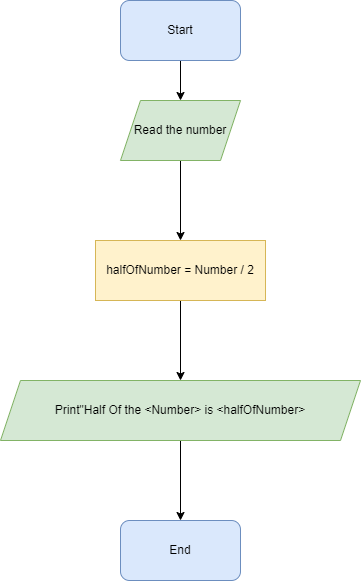
The draw.io diagram HalfOfNumber.drawio.png in Mouhamed941/Algorithms-and-problem-solving-Level1, before a commit. Source tidied: cells renumbered, new cells last; positions are measured from the earlier drawing's top-left corner, leaving out a move shared by most shapes.
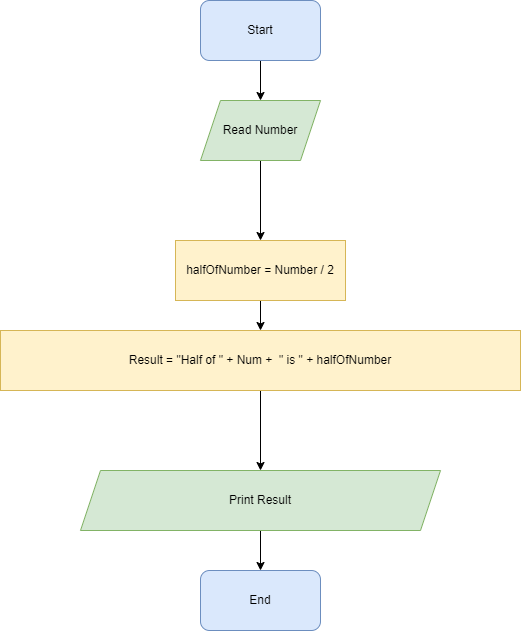
Later version of the same file.

Diff of the diagram source:
```diff
@@ -11,23 +11,29 @@
     <mxCell id="4" style="edgeStyle=orthogonalEdgeStyle;rounded=0;jettySize=auto;html=1;" parent="1" edge="1" source="5" target="7">
       <mxGeometry relative="1" as="geometry" />
     </mxCell>
-    <mxCell id="5" value="Read the number" style="shape=parallelogram;perimeter=parallelogramPerimeter;whiteSpace=wrap;html=1;fixedSize=1;fillColor=#d5e8d4;strokeColor=#82b366;" parent="1" vertex="1">
+    <mxCell id="5" value="Read Number" style="shape=parallelogram;perimeter=parallelogramPerimeter;whiteSpace=wrap;html=1;fixedSize=1;fillColor=#d5e8d4;strokeColor=#82b366;" parent="1" vertex="1">
       <mxGeometry x="120" y="100" width="120" height="60" as="geometry" />
     </mxCell>
-    <mxCell id="6" style="edgeStyle=orthogonalEdgeStyle;rounded=0;jettySize=auto;html=1;" parent="1" edge="1" source="7" target="9">
-      <mxGeometry relative="1" as="geometry" />
-    </mxCell>
+    <mxCell id="11" style="edgeStyle=orthogonalEdgeStyle;rounded=0;jettySize=auto;html=1;" parent="1" edge="1" source="7" target="13">
+      <mxGeometry relative="1" as="geometry" />
+    </mxCell>
     <mxCell id="7" value="halfOfNumber = Number / 2" style="whiteSpace=wrap;html=1;fillColor=#fff2cc;strokeColor=#d6b656;" parent="1" vertex="1">
       <mxGeometry x="95" y="240" width="170" height="60" as="geometry" />
     </mxCell>
     <mxCell id="8" style="edgeStyle=orthogonalEdgeStyle;rounded=0;jettySize=auto;html=1;" parent="1" edge="1" source="9" target="10">
       <mxGeometry relative="1" as="geometry" />
     </mxCell>
-    <mxCell id="9" value="Print&quot;Half Of the &amp;lt;Number&amp;gt; is &amp;lt;halfOfNumber&amp;gt;" style="shape=parallelogram;perimeter=parallelogramPerimeter;whiteSpace=wrap;html=1;fixedSize=1;fillColor=#d5e8d4;strokeColor=#82b366;" parent="1" vertex="1">
-      <mxGeometry y="380" width="360" height="60" as="geometry" />
+    <mxCell id="9" value="Print Result" style="shape=parallelogram;perimeter=parallelogramPerimeter;whiteSpace=wrap;html=1;fixedSize=1;fillColor=#d5e8d4;strokeColor=#82b366;" parent="1" vertex="1">
+      <mxGeometry y="470" width="360" height="60" as="geometry" />
     </mxCell>
     <mxCell id="10" value="End" style="rounded=1;whiteSpace=wrap;html=1;fillColor=#dae8fc;strokeColor=#6c8ebf;" parent="1" vertex="1">
-      <mxGeometry x="120" y="520" width="120" height="60" as="geometry" />
+      <mxGeometry x="120" y="570" width="120" height="60" as="geometry" />
     </mxCell>
+    <mxCell id="12" style="edgeStyle=orthogonalEdgeStyle;rounded=0;jettySize=auto;html=1;" parent="1" edge="1" source="13" target="9">
+      <mxGeometry relative="1" as="geometry" />
+    </mxCell>
+    <mxCell id="13" value="Result = &quot;Half of &quot; + Num +&amp;nbsp; &quot; is &quot; + halfOfNumber" style="whiteSpace=wrap;html=1;fillColor=#fff2cc;strokeColor=#d6b656;" parent="1" vertex="1">
+      <mxGeometry x="-80" y="330" width="520" height="60" as="geometry" />
+    </mxCell>
   </root>
 </mxGraphModel>
```
